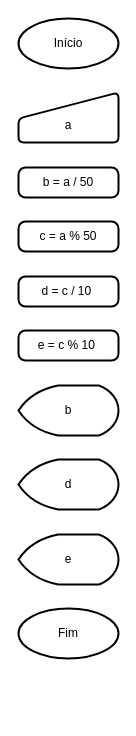
MarczalTSIGP/TSI31C-Flowcharts keeps this draw.io diagram as Untitled Diagram.drawio. Above is the earlier version. Source tidied: cells renumbered, new cells numbered last; positions are measured from the earlier drawing's top-left corner, leaving out a move shared by most shapes. Both pictures are drawn from the tidied source at 100%, with x=0, y=0 at pixel (18, 18).
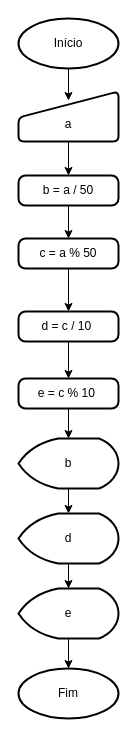
After the change.

Unchanged cells that the change refers to:
```xml
<mxCell id="4" value="Início" style="strokeWidth=2;html=1;shape=mxgraph.flowchart.start_1;whiteSpace=wrap;flipH=0;flipV=0;" parent="1" vertex="1">
  <mxGeometry width="100" height="50" as="geometry" />
</mxCell>
```

The edit, as a diff of the source:
```diff
@@
+    <mxCell id="12" style="edgeStyle=orthogonalEdgeStyle;rounded=0;jettySize=auto;html=1;entryX=0.5;entryY=0;entryDx=0;entryDy=0;" parent="1" edge="1" source="2" target="3">
+      <mxGeometry relative="1" as="geometry" />
+    </mxCell>
     <mxCell id="2" value="&lt;br&gt;a" style="html=1;strokeWidth=2;shape=manualInput;whiteSpace=wrap;rounded=1;size=26;arcSize=11;flipH=0;flipV=0;" parent="1" vertex="1">
-      <mxGeometry y="74" width="100" height="50" as="geometry" />
+      <mxGeometry y="73" width="100" height="50" as="geometry" />
     </mxCell>
+    <mxCell id="13" style="edgeStyle=orthogonalEdgeStyle;rounded=0;jettySize=auto;html=1;entryX=0.5;entryY=0;entryDx=0;entryDy=0;" parent="1" edge="1" source="3" target="7">
+      <mxGeometry relative="1" as="geometry" />
+    </mxCell>
     <mxCell id="3" value="b = a / 50" style="rounded=1;whiteSpace=wrap;html=1;absoluteArcSize=1;arcSize=14;strokeWidth=2;flipH=0;flipV=0;" parent="1" vertex="1">
-      <mxGeometry y="149" width="100" height="30" as="geometry" />
+      <mxGeometry y="157" width="100" height="30" as="geometry" />
     </mxCell>
+    <mxCell id="14" style="edgeStyle=orthogonalEdgeStyle;rounded=0;jettySize=auto;html=1;entryX=0.5;entryY=0.18;entryDx=0;entryDy=0;entryPerimeter=0;" parent="1" edge="1" source="4" target="2">
+      <mxGeometry relative="1" as="geometry" />
+    </mxCell>
@@
+    <mxCell id="15" style="edgeStyle=orthogonalEdgeStyle;rounded=0;jettySize=auto;html=1;entryX=0.5;entryY=0;entryDx=0;entryDy=0;entryPerimeter=0;" parent="1" edge="1" source="5" target="6">
+      <mxGeometry relative="1" as="geometry" />
+    </mxCell>
     <mxCell id="5" value="b" style="strokeWidth=2;html=1;shape=mxgraph.flowchart.display;whiteSpace=wrap;flipH=0;flipV=0;" parent="1" vertex="1">
-      <mxGeometry y="367" width="100" height="50" as="geometry" />
+      <mxGeometry y="420" width="100" height="50" as="geometry" />
     </mxCell>
+    <mxCell id="16" style="edgeStyle=orthogonalEdgeStyle;rounded=0;jettySize=auto;html=1;entryX=0.5;entryY=0;entryDx=0;entryDy=0;entryPerimeter=0;" parent="1" edge="1" source="6" target="9">
+      <mxGeometry relative="1" as="geometry" />
+    </mxCell>
     <mxCell id="6" value="d" style="strokeWidth=2;html=1;shape=mxgraph.flowchart.display;whiteSpace=wrap;flipH=0;flipV=0;" parent="1" vertex="1">
-      <mxGeometry y="441" width="100" height="50" as="geometry" />
+      <mxGeometry y="495" width="100" height="50" as="geometry" />
     </mxCell>
+    <mxCell id="17" style="edgeStyle=orthogonalEdgeStyle;rounded=0;jettySize=auto;html=1;entryX=0.5;entryY=0;entryDx=0;entryDy=0;" parent="1" edge="1" source="7" target="8">
+      <mxGeometry relative="1" as="geometry" />
+    </mxCell>
     <mxCell id="7" value="c = a % 50" style="rounded=1;whiteSpace=wrap;html=1;absoluteArcSize=1;arcSize=14;strokeWidth=2;flipH=0;flipV=0;" parent="1" vertex="1">
-      <mxGeometry y="203" width="100" height="30" as="geometry" />
+      <mxGeometry y="220" width="100" height="30" as="geometry" />
     </mxCell>
+    <mxCell id="18" style="edgeStyle=orthogonalEdgeStyle;rounded=0;jettySize=auto;html=1;" parent="1" edge="1" source="8" target="11">
+      <mxGeometry relative="1" as="geometry" />
+    </mxCell>
     <mxCell id="8" value="d = c / 10&amp;nbsp;" style="rounded=1;whiteSpace=wrap;html=1;absoluteArcSize=1;arcSize=14;strokeWidth=2;flipH=0;flipV=0;" parent="1" vertex="1">
-      <mxGeometry y="258" width="100" height="30" as="geometry" />
+      <mxGeometry y="293" width="100" height="30" as="geometry" />
     </mxCell>
+    <mxCell id="19" style="edgeStyle=orthogonalEdgeStyle;rounded=0;jettySize=auto;html=1;entryX=0.5;entryY=0;entryDx=0;entryDy=0;entryPerimeter=0;" parent="1" edge="1" source="9" target="10">
+      <mxGeometry relative="1" as="geometry" />
+    </mxCell>
     <mxCell id="9" value="e" style="strokeWidth=2;html=1;shape=mxgraph.flowchart.display;whiteSpace=wrap;flipH=0;flipV=0;" parent="1" vertex="1">
-      <mxGeometry y="516" width="100" height="50" as="geometry" />
+      <mxGeometry y="570" width="100" height="50" as="geometry" />
     </mxCell>
     <mxCell id="10" value="Fim" style="strokeWidth=2;html=1;shape=mxgraph.flowchart.start_1;whiteSpace=wrap;flipH=0;flipV=0;" parent="1" vertex="1">
-      <mxGeometry y="590" width="100" height="50" as="geometry" />
+      <mxGeometry y="650" width="100" height="50" as="geometry" />
     </mxCell>
+    <mxCell id="20" style="edgeStyle=orthogonalEdgeStyle;rounded=0;jettySize=auto;html=1;entryX=0.5;entryY=0;entryDx=0;entryDy=0;entryPerimeter=0;" parent="1" edge="1" source="11" target="5">
+      <mxGeometry relative="1" as="geometry" />
+    </mxCell>
     <mxCell id="11" value="e = c % 10&amp;nbsp;" style="rounded=1;whiteSpace=wrap;html=1;absoluteArcSize=1;arcSize=14;strokeWidth=2;flipH=0;flipV=0;" parent="1" vertex="1">
-      <mxGeometry y="312" width="100" height="30" as="geometry" />
+      <mxGeometry y="360" width="100" height="30" as="geometry" />
     </mxCell>
```
